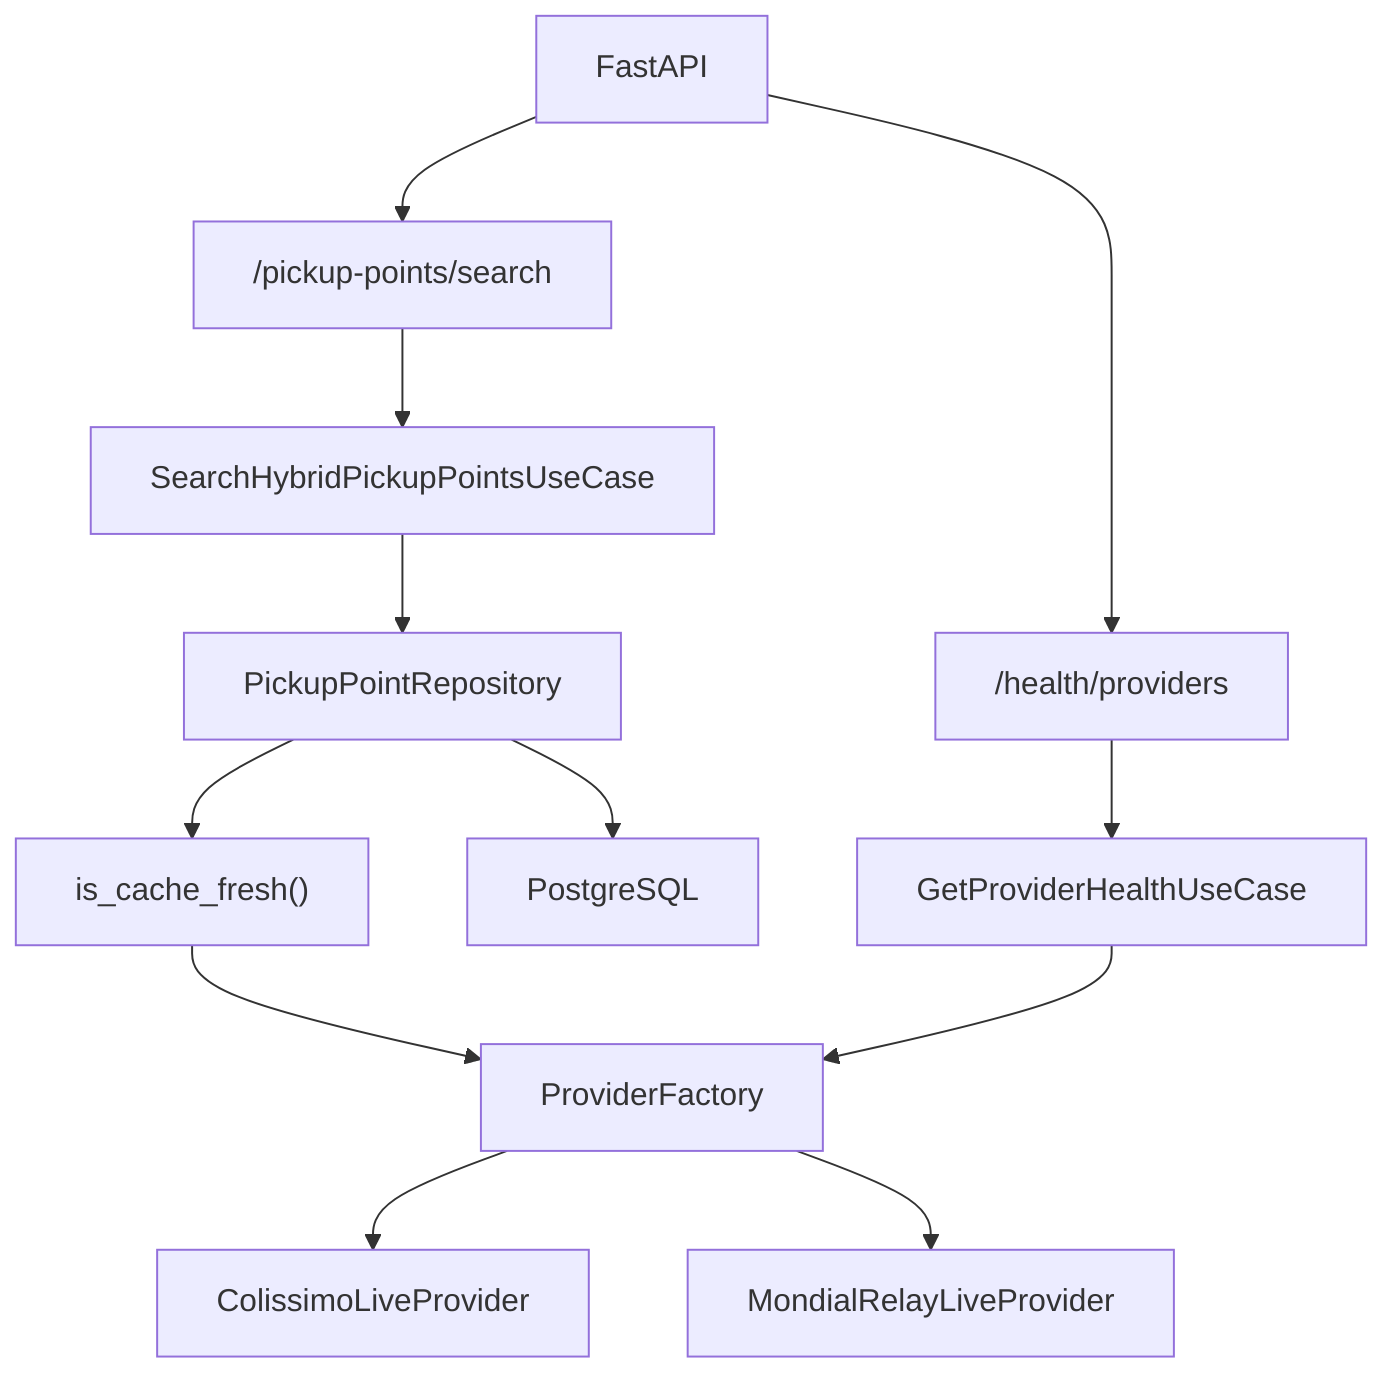
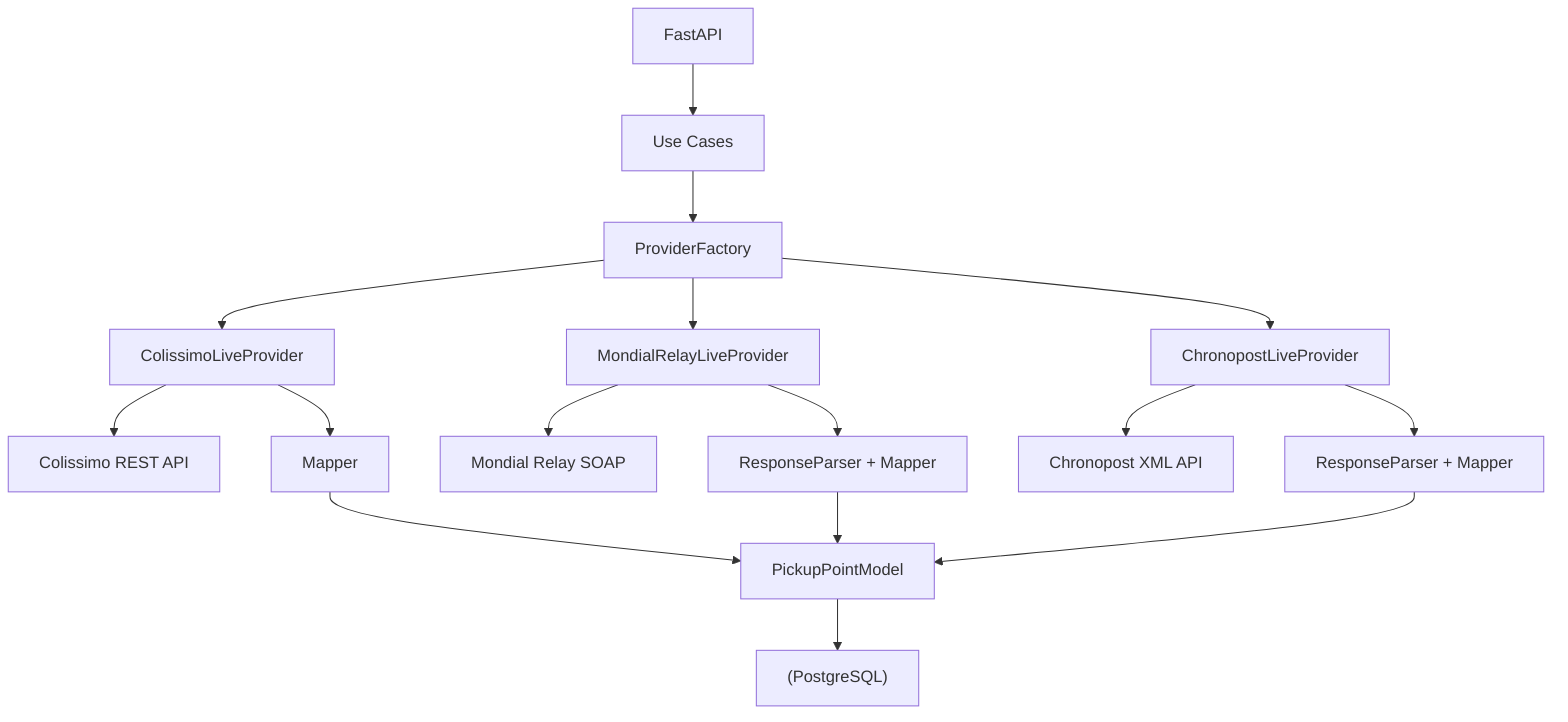
flowchart TD

-     API["FastAPI"]
+ API[FastAPI]

-     SearchEndpoint["/pickup-points/search"]
+ API --> UC[Use Cases]

-     HealthEndpoint["/health/providers"]
+ UC --> PF[ProviderFactory]

-     HybridUseCase["SearchHybridPickupPointsUseCase"]
+ PF --> C[ColissimoLiveProvider]
+ PF --> M[MondialRelayLiveProvider]
+ PF --> CH[ChronopostLiveProvider]

-     HealthUseCase["GetProviderHealthUseCase"]
+ C --> CAPI[Colissimo REST API]
+ M --> MAPI[Mondial Relay SOAP]
+ CH --> CHAPI[Chronopost XML API]

-     Repository["PickupPointRepository"]
+ C --> CM[Mapper]
+ M --> MM[ResponseParser + Mapper]
+ CH --> CHP[ResponseParser + Mapper]

-     CacheCheck["is_cache_fresh()"]
+ CM --> PP[PickupPointModel]
+ MM --> PP
+ CHP --> PP

-     ProviderFactory["ProviderFactory"]
- 
-     Colissimo["ColissimoLiveProvider"]
- 
-     MondialRelay["MondialRelayLiveProvider"]
- 
-     PostgreSQL["PostgreSQL"]
- 
-     SearchEndpoint --> HybridUseCase
- 
-     HybridUseCase --> Repository
- 
-     Repository --> CacheCheck
- 
-     Repository --> PostgreSQL
- 
-     CacheCheck --> ProviderFactory
- 
-     ProviderFactory --> Colissimo
- 
-     ProviderFactory --> MondialRelay
- 
-     HealthEndpoint --> HealthUseCase
- 
-     HealthUseCase --> ProviderFactory
- 
-     API --> SearchEndpoint
- 
-     API --> HealthEndpoint+ PP --> DB["(PostgreSQL)"]